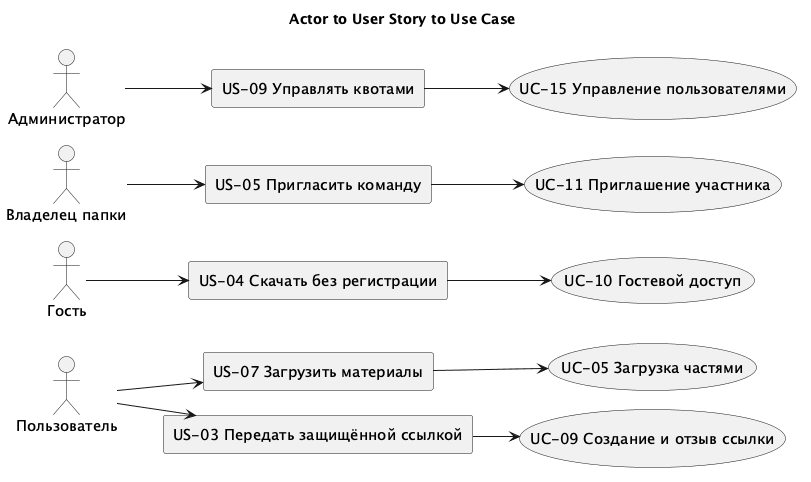
Earlier version of the PlantUML export docs/labs/lab4/diagrams/requirements.png (fpmi-hci-2026/GremlinDrive). The source it was exported from:
```plantuml
@startuml
!pragma layout smetana
skinparam backgroundColor white
skinparam defaultFontName "DejaVu Sans"
skinparam defaultFontSize 15
skinparam shadowing false
skinparam roundcorner 5
skinparam linetype ortho
skinparam classBackgroundColor #F4F7FA
skinparam classBorderColor #49647A
hide circle
left to right direction
title Actor to User Story to Use Case
actor "Пользователь" as user
actor "Гость" as guest
actor "Владелец папки" as owner
actor "Администратор" as admin
rectangle "US-07 Загрузить материалы" as us7
rectangle "US-03 Передать защищённой ссылкой" as us3
rectangle "US-04 Скачать без регистрации" as us4
rectangle "US-05 Пригласить команду" as us5
rectangle "US-09 Управлять квотами" as us9
usecase "UC-05 Загрузка частями" as uc5
usecase "UC-09 Создание и отзыв ссылки" as uc9
usecase "UC-10 Гостевой доступ" as uc10
usecase "UC-11 Приглашение участника" as uc11
usecase "UC-15 Управление пользователями" as uc15
user --> us7
user --> us3
guest --> us4
owner --> us5
admin --> us9
us7 --> uc5
us3 --> uc9
us4 --> uc10
us5 --> uc11
us9 --> uc15
@enduml
```
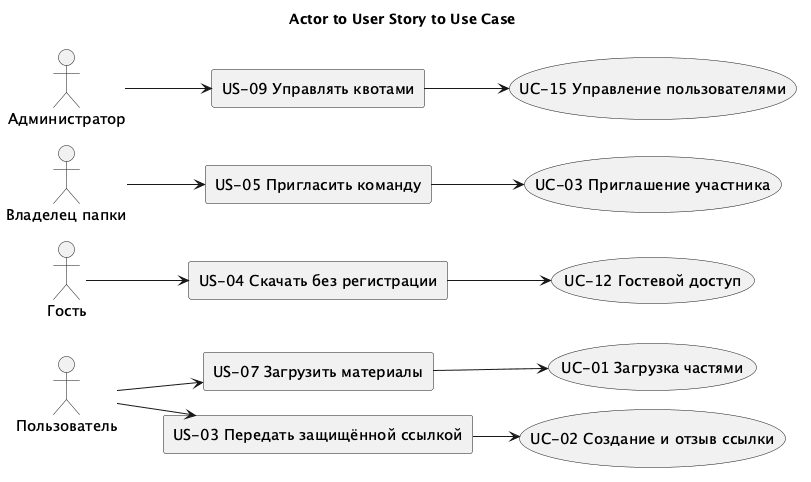
After the commit.

The edit, as a diff of the source:
```diff
@@ -6,8 +6,8 @@
 skinparam shadowing false
 skinparam roundcorner 5
 skinparam linetype ortho
-skinparam classBackgroundColor #F4F7FA
-skinparam classBorderColor #49647A
+skinparam classBackgroundColor #F6F8F7
+skinparam classBorderColor #1F7A4B
 hide circle
 left to right direction
 title Actor to User Story to Use Case
@@ -20,10 +20,10 @@
 rectangle "US-04 Скачать без регистрации" as us4
 rectangle "US-05 Пригласить команду" as us5
 rectangle "US-09 Управлять квотами" as us9
-usecase "UC-05 Загрузка частями" as uc5
-usecase "UC-09 Создание и отзыв ссылки" as uc9
-usecase "UC-10 Гостевой доступ" as uc10
-usecase "UC-11 Приглашение участника" as uc11
+usecase "UC-01 Загрузка частями" as uc5
+usecase "UC-02 Создание и отзыв ссылки" as uc9
+usecase "UC-12 Гостевой доступ" as uc10
+usecase "UC-03 Приглашение участника" as uc11
 usecase "UC-15 Управление пользователями" as uc15
 user --> us7
 user --> us3
```
